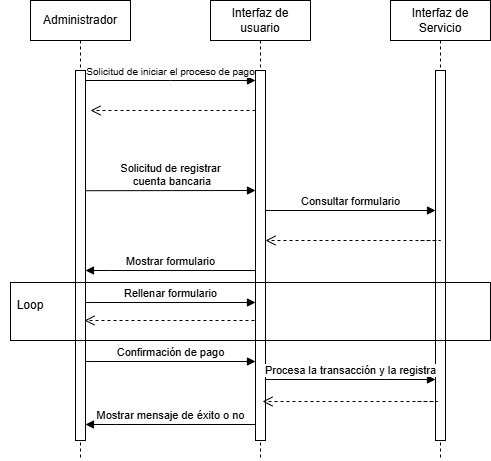
Earlier version of the draw.io export assets/Diagrama secuencia pago añadiendo cuenta.drawio.png (gis-ir/IR2425-G1-17). Source tidied: cells renumbered, new cells last; positions are measured from the earlier drawing's top-left corner, leaving out a move shared by most shapes. Its diagram source:
```xml
<mxGraphModel>
  <root>
    <mxCell id="0" />
    <mxCell id="1" parent="0" />
    <mxCell id="2" value="Administrador" style="shape=umlLifeline;perimeter=lifelinePerimeter;whiteSpace=wrap;html=1;newEdgeStyle={&quot;edgeStyle&quot;:&quot;elbowEdgeStyle&quot;,&quot;elbow&quot;:&quot;vertical&quot;,&quot;curved&quot;:0,&quot;rounded&quot;:0};" parent="1" vertex="1">
      <mxGeometry x="30" width="100" height="460" as="geometry" />
    </mxCell>
    <mxCell id="3" style="html=1;points=[];perimeter=orthogonalPerimeter;outlineConnect=0;targetShapes=umlLifeline;portConstraint=eastwest;newEdgeStyle={&quot;edgeStyle&quot;:&quot;elbowEdgeStyle&quot;,&quot;elbow&quot;:&quot;vertical&quot;,&quot;curved&quot;:0,&quot;rounded&quot;:0};" parent="2" vertex="1">
      <mxGeometry x="45" y="70" width="10" height="370" as="geometry" />
    </mxCell>
    <mxCell id="4" value="Interfaz de usuario" style="shape=umlLifeline;perimeter=lifelinePerimeter;whiteSpace=wrap;html=1;newEdgeStyle={&quot;edgeStyle&quot;:&quot;elbowEdgeStyle&quot;,&quot;elbow&quot;:&quot;vertical&quot;,&quot;curved&quot;:0,&quot;rounded&quot;:0};" parent="1" vertex="1">
      <mxGeometry x="210" width="100" height="460" as="geometry" />
    </mxCell>
    <mxCell id="5" style="html=1;points=[];perimeter=orthogonalPerimeter;outlineConnect=0;targetShapes=umlLifeline;portConstraint=eastwest;newEdgeStyle={&quot;edgeStyle&quot;:&quot;elbowEdgeStyle&quot;,&quot;elbow&quot;:&quot;vertical&quot;,&quot;curved&quot;:0,&quot;rounded&quot;:0};" parent="4" vertex="1">
      <mxGeometry x="45" y="70" width="10" height="370" as="geometry" />
    </mxCell>
    <mxCell id="6" value="&lt;font style=&quot;font-size: 10px;&quot;&gt;Solicitud de iniciar el proceso de pago&lt;/font&gt;" style="html=1;verticalAlign=bottom;endArrow=block;edgeStyle=elbowEdgeStyle;elbow=vertical;curved=0;rounded=0;" parent="1" edge="1" source="3" target="5">
      <mxGeometry relative="1" as="geometry">
        <Array as="points">
          <mxPoint x="170" y="80" />
        </Array>
      </mxGeometry>
    </mxCell>
    <mxCell id="7" value="Interfaz de Servicio" style="shape=umlLifeline;perimeter=lifelinePerimeter;whiteSpace=wrap;html=1;newEdgeStyle={&quot;edgeStyle&quot;:&quot;elbowEdgeStyle&quot;,&quot;elbow&quot;:&quot;vertical&quot;,&quot;curved&quot;:0,&quot;rounded&quot;:0};" parent="1" vertex="1">
      <mxGeometry x="390" width="100" height="460" as="geometry" />
    </mxCell>
    <mxCell id="8" style="html=1;points=[];perimeter=orthogonalPerimeter;outlineConnect=0;targetShapes=umlLifeline;portConstraint=eastwest;newEdgeStyle={&quot;edgeStyle&quot;:&quot;elbowEdgeStyle&quot;,&quot;elbow&quot;:&quot;vertical&quot;,&quot;curved&quot;:0,&quot;rounded&quot;:0};" parent="7" vertex="1">
      <mxGeometry x="45" y="70" width="10" height="370" as="geometry" />
    </mxCell>
    <mxCell id="9" style="html=1;verticalAlign=bottom;endArrow=open;dashed=1;endSize=8;edgeStyle=elbowEdgeStyle;elbow=vertical;curved=0;rounded=0;" parent="1" edge="1" source="5">
      <mxGeometry relative="1" as="geometry">
        <mxPoint x="90" y="110" as="targetPoint" />
        <Array as="points">
          <mxPoint x="165" y="110" />
        </Array>
      </mxGeometry>
    </mxCell>
    <mxCell id="10" value="Solicitud de registrar&lt;div&gt;&amp;nbsp;cuenta bancaria&lt;/div&gt;" style="html=1;verticalAlign=bottom;endArrow=block;edgeStyle=elbowEdgeStyle;elbow=vertical;curved=0;rounded=0;" parent="1" edge="1">
      <mxGeometry relative="1" as="geometry">
        <mxPoint x="85" y="190.2" as="sourcePoint" />
        <mxPoint x="255" y="190.2" as="targetPoint" />
      </mxGeometry>
    </mxCell>
    <mxCell id="11" style="html=1;verticalAlign=bottom;endArrow=open;dashed=1;endSize=8;edgeStyle=elbowEdgeStyle;elbow=horizontal;curved=0;rounded=0;" parent="1" edge="1" target="5">
      <mxGeometry relative="1" as="geometry">
        <mxPoint x="420" y="240" as="sourcePoint" />
        <Array as="points">
          <mxPoint x="440" y="240" />
        </Array>
      </mxGeometry>
    </mxCell>
    <mxCell id="12" style="html=1;verticalAlign=bottom;endArrow=open;dashed=1;endSize=8;edgeStyle=elbowEdgeStyle;elbow=horizontal;curved=0;rounded=0;" parent="1" edge="1">
      <mxGeometry relative="1" as="geometry">
        <mxPoint x="254" y="320" as="sourcePoint" />
        <mxPoint x="84" y="320" as="targetPoint" />
      </mxGeometry>
    </mxCell>
    <mxCell id="13" value="Mostrar mensaje de éxito o no" style="html=1;verticalAlign=bottom;endArrow=block;edgeStyle=elbowEdgeStyle;elbow=vertical;curved=0;rounded=0;" parent="1" edge="1">
      <mxGeometry relative="1" as="geometry">
        <mxPoint x="255" y="424" as="sourcePoint" />
        <mxPoint x="85" y="424" as="targetPoint" />
        <Array as="points">
          <mxPoint x="115" y="424" />
        </Array>
      </mxGeometry>
    </mxCell>
    <mxCell id="14" value="Procesa la transacción y la registra" style="html=1;verticalAlign=bottom;endArrow=block;edgeStyle=elbowEdgeStyle;elbow=vertical;curved=0;rounded=0;" parent="1" edge="1">
      <mxGeometry relative="1" as="geometry">
        <mxPoint x="265" y="379" as="sourcePoint" />
        <mxPoint x="435" y="379" as="targetPoint" />
        <Array as="points">
          <mxPoint x="385" y="379" />
        </Array>
      </mxGeometry>
    </mxCell>
    <mxCell id="15" value="Consultar formulario" style="html=1;verticalAlign=bottom;endArrow=block;edgeStyle=elbowEdgeStyle;elbow=vertical;curved=0;rounded=0;" parent="1" edge="1" source="5" target="8">
      <mxGeometry relative="1" as="geometry">
        <Array as="points">
          <mxPoint x="270" y="210" />
        </Array>
      </mxGeometry>
    </mxCell>
    <mxCell id="16" value="Mostrar formulario" style="html=1;verticalAlign=bottom;endArrow=block;edgeStyle=elbowEdgeStyle;elbow=vertical;curved=0;rounded=0;" parent="1" edge="1" source="5" target="3">
      <mxGeometry relative="1" as="geometry">
        <Array as="points">
          <mxPoint x="110" y="270" />
        </Array>
      </mxGeometry>
    </mxCell>
    <mxCell id="17" style="rounded=0;whiteSpace=wrap;html=1;fillColor=none;" parent="1" vertex="1">
      <mxGeometry x="10" y="282" width="480" height="58" as="geometry" />
    </mxCell>
    <mxCell id="18" value="Rellenar formulario" style="html=1;verticalAlign=bottom;endArrow=block;edgeStyle=elbowEdgeStyle;elbow=vertical;curved=0;rounded=0;" parent="1" edge="1">
      <mxGeometry relative="1" as="geometry">
        <mxPoint x="85" y="302" as="sourcePoint" />
        <mxPoint x="255" y="302" as="targetPoint" />
        <Array as="points">
          <mxPoint x="90" y="302" />
        </Array>
      </mxGeometry>
    </mxCell>
    <mxCell id="19" value="Confirmación de pago" style="html=1;verticalAlign=bottom;endArrow=block;edgeStyle=elbowEdgeStyle;elbow=vertical;curved=0;rounded=0;" parent="1" edge="1">
      <mxGeometry relative="1" as="geometry">
        <mxPoint x="85" y="361" as="sourcePoint" />
        <mxPoint x="255" y="361" as="targetPoint" />
        <Array as="points">
          <mxPoint x="90" y="361" />
        </Array>
      </mxGeometry>
    </mxCell>
    <mxCell id="20" style="html=1;verticalAlign=bottom;endArrow=open;dashed=1;endSize=8;edgeStyle=elbowEdgeStyle;elbow=horizontal;curved=0;rounded=0;" parent="1" edge="1">
      <mxGeometry relative="1" as="geometry">
        <mxPoint x="417" y="401" as="sourcePoint" />
        <mxPoint x="262" y="401" as="targetPoint" />
        <Array as="points">
          <mxPoint x="437" y="401" />
        </Array>
      </mxGeometry>
    </mxCell>
    <mxCell id="21" value="Loop" style="text;html=1;align=center;verticalAlign=middle;whiteSpace=wrap;rounded=0;" parent="1" vertex="1">
      <mxGeometry y="290" width="60" height="30" as="geometry" />
    </mxCell>
  </root>
</mxGraphModel>
```
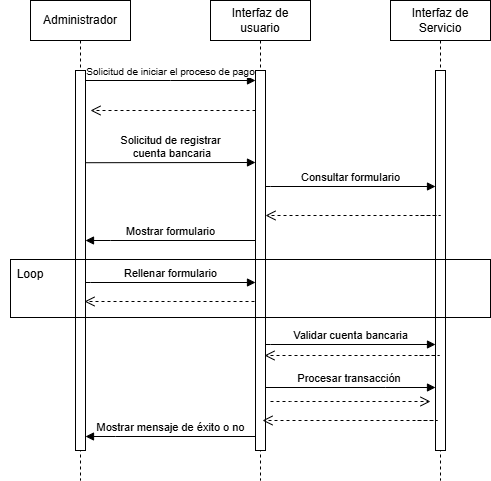
After the commit.

What changed in the source:
```diff
@@ -3,16 +3,16 @@
     <mxCell id="0" />
     <mxCell id="1" parent="0" />
     <mxCell id="2" value="Administrador" style="shape=umlLifeline;perimeter=lifelinePerimeter;whiteSpace=wrap;html=1;newEdgeStyle={&quot;edgeStyle&quot;:&quot;elbowEdgeStyle&quot;,&quot;elbow&quot;:&quot;vertical&quot;,&quot;curved&quot;:0,&quot;rounded&quot;:0};" parent="1" vertex="1">
-      <mxGeometry x="30" width="100" height="460" as="geometry" />
+      <mxGeometry x="30" width="100" height="480" as="geometry" />
     </mxCell>
     <mxCell id="3" style="html=1;points=[];perimeter=orthogonalPerimeter;outlineConnect=0;targetShapes=umlLifeline;portConstraint=eastwest;newEdgeStyle={&quot;edgeStyle&quot;:&quot;elbowEdgeStyle&quot;,&quot;elbow&quot;:&quot;vertical&quot;,&quot;curved&quot;:0,&quot;rounded&quot;:0};" parent="2" vertex="1">
-      <mxGeometry x="45" y="70" width="10" height="370" as="geometry" />
+      <mxGeometry x="45" y="70" width="10" height="380" as="geometry" />
     </mxCell>
     <mxCell id="4" value="Interfaz de usuario" style="shape=umlLifeline;perimeter=lifelinePerimeter;whiteSpace=wrap;html=1;newEdgeStyle={&quot;edgeStyle&quot;:&quot;elbowEdgeStyle&quot;,&quot;elbow&quot;:&quot;vertical&quot;,&quot;curved&quot;:0,&quot;rounded&quot;:0};" parent="1" vertex="1">
-      <mxGeometry x="210" width="100" height="460" as="geometry" />
+      <mxGeometry x="210" width="100" height="480" as="geometry" />
     </mxCell>
     <mxCell id="5" style="html=1;points=[];perimeter=orthogonalPerimeter;outlineConnect=0;targetShapes=umlLifeline;portConstraint=eastwest;newEdgeStyle={&quot;edgeStyle&quot;:&quot;elbowEdgeStyle&quot;,&quot;elbow&quot;:&quot;vertical&quot;,&quot;curved&quot;:0,&quot;rounded&quot;:0};" parent="4" vertex="1">
-      <mxGeometry x="45" y="70" width="10" height="370" as="geometry" />
+      <mxGeometry x="45" y="70" width="10" height="380" as="geometry" />
     </mxCell>
     <mxCell id="6" value="&lt;font style=&quot;font-size: 10px;&quot;&gt;Solicitud de iniciar el proceso de pago&lt;/font&gt;" style="html=1;verticalAlign=bottom;endArrow=block;edgeStyle=elbowEdgeStyle;elbow=vertical;curved=0;rounded=0;" parent="1" edge="1" source="3" target="5">
       <mxGeometry relative="1" as="geometry">
@@ -22,10 +22,10 @@
       </mxGeometry>
     </mxCell>
     <mxCell id="7" value="Interfaz de Servicio" style="shape=umlLifeline;perimeter=lifelinePerimeter;whiteSpace=wrap;html=1;newEdgeStyle={&quot;edgeStyle&quot;:&quot;elbowEdgeStyle&quot;,&quot;elbow&quot;:&quot;vertical&quot;,&quot;curved&quot;:0,&quot;rounded&quot;:0};" parent="1" vertex="1">
-      <mxGeometry x="390" width="100" height="460" as="geometry" />
+      <mxGeometry x="390" width="100" height="480" as="geometry" />
     </mxCell>
     <mxCell id="8" style="html=1;points=[];perimeter=orthogonalPerimeter;outlineConnect=0;targetShapes=umlLifeline;portConstraint=eastwest;newEdgeStyle={&quot;edgeStyle&quot;:&quot;elbowEdgeStyle&quot;,&quot;elbow&quot;:&quot;vertical&quot;,&quot;curved&quot;:0,&quot;rounded&quot;:0};" parent="7" vertex="1">
-      <mxGeometry x="45" y="70" width="10" height="370" as="geometry" />
+      <mxGeometry x="45" y="70" width="10" height="380" as="geometry" />
     </mxCell>
     <mxCell id="9" style="html=1;verticalAlign=bottom;endArrow=open;dashed=1;endSize=8;edgeStyle=elbowEdgeStyle;elbow=vertical;curved=0;rounded=0;" parent="1" edge="1" source="5">
       <mxGeometry relative="1" as="geometry">
@@ -37,88 +37,111 @@
     </mxCell>
     <mxCell id="10" value="Solicitud de registrar&lt;div&gt;&amp;nbsp;cuenta bancaria&lt;/div&gt;" style="html=1;verticalAlign=bottom;endArrow=block;edgeStyle=elbowEdgeStyle;elbow=vertical;curved=0;rounded=0;" parent="1" edge="1">
       <mxGeometry relative="1" as="geometry">
-        <mxPoint x="85" y="190.2" as="sourcePoint" />
-        <mxPoint x="255" y="190.2" as="targetPoint" />
+        <mxPoint x="85" y="162.2" as="sourcePoint" />
+        <mxPoint x="255" y="162.2" as="targetPoint" />
       </mxGeometry>
     </mxCell>
-    <mxCell id="11" style="html=1;verticalAlign=bottom;endArrow=open;dashed=1;endSize=8;edgeStyle=elbowEdgeStyle;elbow=horizontal;curved=0;rounded=0;" parent="1" edge="1" target="5">
+    <mxCell id="11" style="html=1;verticalAlign=bottom;endArrow=open;dashed=1;endSize=8;edgeStyle=elbowEdgeStyle;elbow=horizontal;curved=0;rounded=0;" parent="1" edge="1">
       <mxGeometry relative="1" as="geometry">
-        <mxPoint x="420" y="240" as="sourcePoint" />
+        <mxPoint x="420" y="215" as="sourcePoint" />
+        <mxPoint x="265" y="215" as="targetPoint" />
         <Array as="points">
-          <mxPoint x="440" y="240" />
+          <mxPoint x="440" y="215" />
         </Array>
       </mxGeometry>
     </mxCell>
     <mxCell id="12" style="html=1;verticalAlign=bottom;endArrow=open;dashed=1;endSize=8;edgeStyle=elbowEdgeStyle;elbow=horizontal;curved=0;rounded=0;" parent="1" edge="1">
       <mxGeometry relative="1" as="geometry">
-        <mxPoint x="254" y="320" as="sourcePoint" />
-        <mxPoint x="84" y="320" as="targetPoint" />
+        <mxPoint x="254" y="301" as="sourcePoint" />
+        <mxPoint x="84" y="301" as="targetPoint" />
       </mxGeometry>
     </mxCell>
     <mxCell id="13" value="Mostrar mensaje de éxito o no" style="html=1;verticalAlign=bottom;endArrow=block;edgeStyle=elbowEdgeStyle;elbow=vertical;curved=0;rounded=0;" parent="1" edge="1">
       <mxGeometry relative="1" as="geometry">
-        <mxPoint x="255" y="424" as="sourcePoint" />
-        <mxPoint x="85" y="424" as="targetPoint" />
+        <mxPoint x="255" y="436" as="sourcePoint" />
+        <mxPoint x="85" y="436" as="targetPoint" />
         <Array as="points">
-          <mxPoint x="115" y="424" />
+          <mxPoint x="115" y="436" />
         </Array>
       </mxGeometry>
     </mxCell>
-    <mxCell id="14" value="Procesa la transacción y la registra" style="html=1;verticalAlign=bottom;endArrow=block;edgeStyle=elbowEdgeStyle;elbow=vertical;curved=0;rounded=0;" parent="1" edge="1">
+    <mxCell id="14" value="Procesar transacción&amp;nbsp;" style="html=1;verticalAlign=bottom;endArrow=block;edgeStyle=elbowEdgeStyle;elbow=vertical;curved=0;rounded=0;" parent="1" edge="1">
       <mxGeometry relative="1" as="geometry">
-        <mxPoint x="265" y="379" as="sourcePoint" />
-        <mxPoint x="435" y="379" as="targetPoint" />
+        <mxPoint x="265" y="387" as="sourcePoint" />
+        <mxPoint x="435" y="387" as="targetPoint" />
         <Array as="points">
-          <mxPoint x="385" y="379" />
+          <mxPoint x="385" y="387" />
         </Array>
       </mxGeometry>
     </mxCell>
-    <mxCell id="15" value="Consultar formulario" style="html=1;verticalAlign=bottom;endArrow=block;edgeStyle=elbowEdgeStyle;elbow=vertical;curved=0;rounded=0;" parent="1" edge="1" source="5" target="8">
+    <mxCell id="15" value="Consultar formulario" style="html=1;verticalAlign=bottom;endArrow=block;edgeStyle=elbowEdgeStyle;elbow=vertical;curved=0;rounded=0;" parent="1" edge="1">
       <mxGeometry relative="1" as="geometry">
+        <mxPoint x="265" y="186" as="sourcePoint" />
+        <mxPoint x="435" y="186" as="targetPoint" />
         <Array as="points">
-          <mxPoint x="270" y="210" />
+          <mxPoint x="270" y="186" />
         </Array>
       </mxGeometry>
     </mxCell>
-    <mxCell id="16" value="Mostrar formulario" style="html=1;verticalAlign=bottom;endArrow=block;edgeStyle=elbowEdgeStyle;elbow=vertical;curved=0;rounded=0;" parent="1" edge="1" source="5" target="3">
+    <mxCell id="16" value="Mostrar formulario" style="html=1;verticalAlign=bottom;endArrow=block;edgeStyle=elbowEdgeStyle;elbow=vertical;curved=0;rounded=0;" parent="1" edge="1">
       <mxGeometry relative="1" as="geometry">
+        <mxPoint x="255" y="240" as="sourcePoint" />
+        <mxPoint x="85" y="240" as="targetPoint" />
         <Array as="points">
-          <mxPoint x="110" y="270" />
+          <mxPoint x="110" y="240" />
         </Array>
       </mxGeometry>
     </mxCell>
     <mxCell id="17" style="rounded=0;whiteSpace=wrap;html=1;fillColor=none;" parent="1" vertex="1">
-      <mxGeometry x="10" y="282" width="480" height="58" as="geometry" />
+      <mxGeometry x="10" y="259" width="480" height="58" as="geometry" />
     </mxCell>
     <mxCell id="18" value="Rellenar formulario" style="html=1;verticalAlign=bottom;endArrow=block;edgeStyle=elbowEdgeStyle;elbow=vertical;curved=0;rounded=0;" parent="1" edge="1">
       <mxGeometry relative="1" as="geometry">
-        <mxPoint x="85" y="302" as="sourcePoint" />
-        <mxPoint x="255" y="302" as="targetPoint" />
+        <mxPoint x="85" y="282" as="sourcePoint" />
+        <mxPoint x="255" y="282" as="targetPoint" />
         <Array as="points">
-          <mxPoint x="90" y="302" />
+          <mxPoint x="90" y="282" />
         </Array>
       </mxGeometry>
     </mxCell>
-    <mxCell id="19" value="Confirmación de pago" style="html=1;verticalAlign=bottom;endArrow=block;edgeStyle=elbowEdgeStyle;elbow=vertical;curved=0;rounded=0;" parent="1" edge="1">
+    <mxCell id="19" value="Validar cuenta bancaria" style="html=1;verticalAlign=bottom;endArrow=block;edgeStyle=elbowEdgeStyle;elbow=vertical;curved=0;rounded=0;" parent="1" edge="1">
       <mxGeometry relative="1" as="geometry">
-        <mxPoint x="85" y="361" as="sourcePoint" />
-        <mxPoint x="255" y="361" as="targetPoint" />
+        <mxPoint x="265" y="344" as="sourcePoint" />
+        <mxPoint x="435" y="344" as="targetPoint" />
         <Array as="points">
-          <mxPoint x="90" y="361" />
+          <mxPoint x="270" y="344" />
         </Array>
       </mxGeometry>
     </mxCell>
     <mxCell id="20" style="html=1;verticalAlign=bottom;endArrow=open;dashed=1;endSize=8;edgeStyle=elbowEdgeStyle;elbow=horizontal;curved=0;rounded=0;" parent="1" edge="1">
       <mxGeometry relative="1" as="geometry">
-        <mxPoint x="417" y="401" as="sourcePoint" />
-        <mxPoint x="262" y="401" as="targetPoint" />
+        <mxPoint x="417" y="420" as="sourcePoint" />
+        <mxPoint x="262" y="420" as="targetPoint" />
         <Array as="points">
-          <mxPoint x="437" y="401" />
+          <mxPoint x="437" y="420" />
         </Array>
       </mxGeometry>
     </mxCell>
     <mxCell id="21" value="Loop" style="text;html=1;align=center;verticalAlign=middle;whiteSpace=wrap;rounded=0;" parent="1" vertex="1">
-      <mxGeometry y="290" width="60" height="30" as="geometry" />
+      <mxGeometry y="259" width="60" height="30" as="geometry" />
     </mxCell>
+    <mxCell id="22" style="html=1;verticalAlign=bottom;endArrow=open;dashed=1;endSize=8;edgeStyle=elbowEdgeStyle;elbow=horizontal;curved=0;rounded=0;" parent="1" edge="1">
+      <mxGeometry relative="1" as="geometry">
+        <mxPoint x="419" y="355" as="sourcePoint" />
+        <mxPoint x="264" y="355" as="targetPoint" />
+        <Array as="points">
+          <mxPoint x="439" y="355" />
+        </Array>
+      </mxGeometry>
+    </mxCell>
+    <mxCell id="23" style="html=1;verticalAlign=bottom;endArrow=open;dashed=1;endSize=8;edgeStyle=elbowEdgeStyle;elbow=horizontal;curved=0;rounded=0;" parent="1" edge="1">
+      <mxGeometry relative="1" as="geometry">
+        <mxPoint x="270" y="401" as="sourcePoint" />
+        <mxPoint x="430" y="401" as="targetPoint" />
+        <Array as="points">
+          <mxPoint x="290" y="391" />
+        </Array>
+      </mxGeometry>
+    </mxCell>
   </root>
 </mxGraphModel>
```
